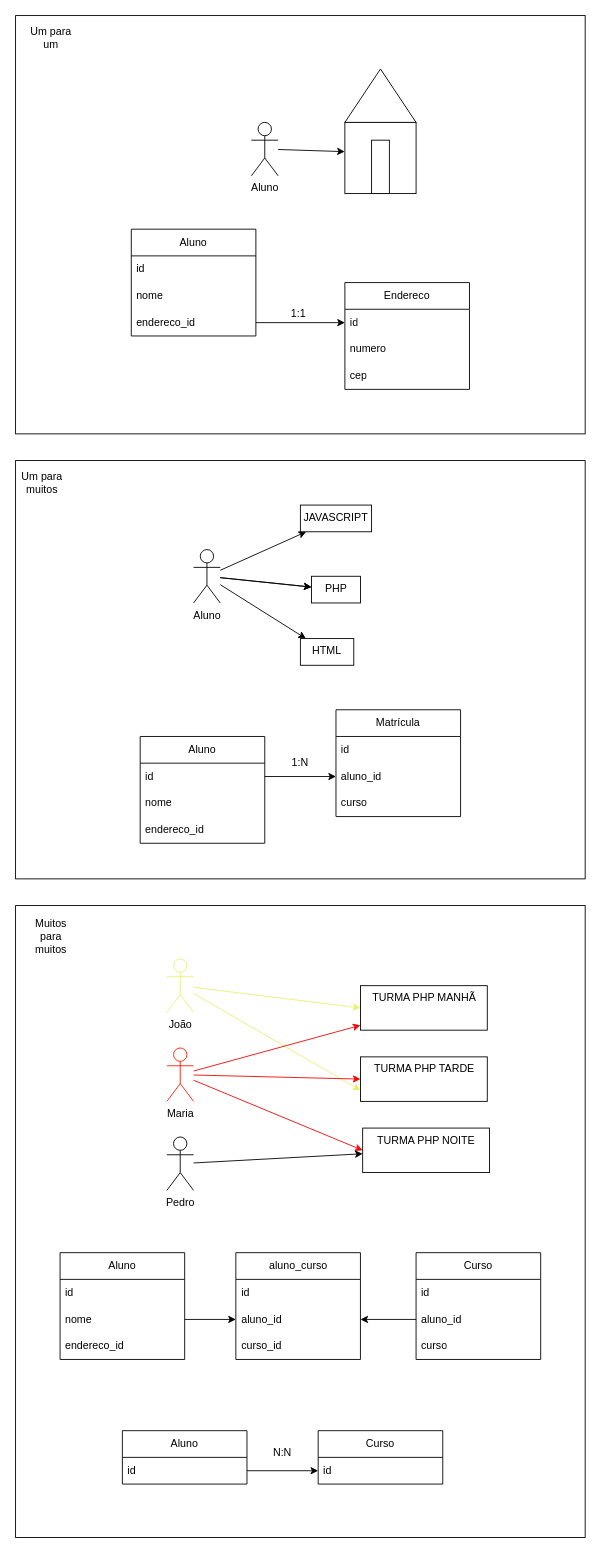
Above: capitulo_05/aula_50/relacionamentos.drawio in josemariofr/curso_web_dev (draw.io), before the change. Source tidied: cells renumbered, new cells numbered last; positions are measured from the earlier drawing's top-left corner, leaving out a move shared by most shapes. Both pictures are drawn from the tidied source at 89%, with x=0, y=0 at pixel (15, 15).
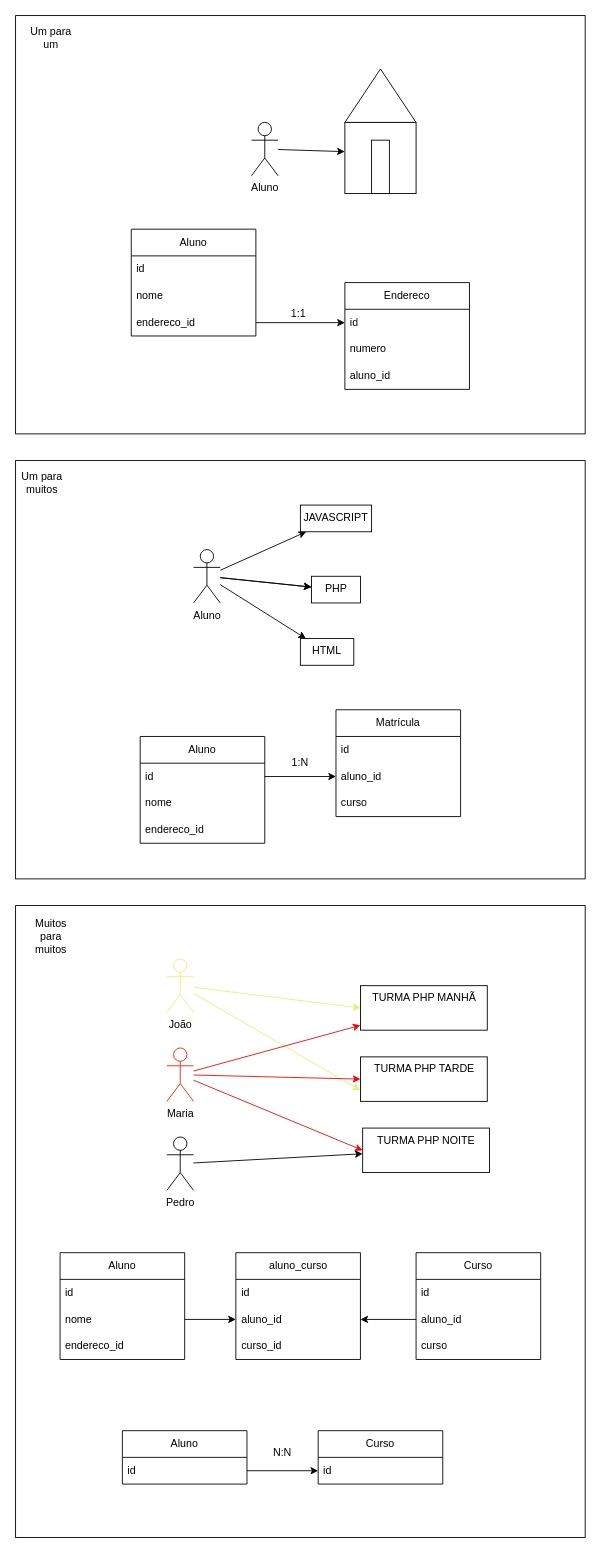
Above is the later version.

Unchanged cells that the change refers to:
```xml
<mxCell id="9" value="Endereco" style="swimlane;fontStyle=0;horizontal=1;startSize=30;whiteSpace=wrap;html=1;" parent="1" vertex="1">
  <mxGeometry x="370" y="300" width="140" height="120" as="geometry" />
</mxCell>
```

Diff of the diagram source:
```diff
@@
-    <mxCell id="12" value="cep" style="text;strokeColor=none;fillColor=none;align=left;verticalAlign=middle;spacingLeft=4;spacingRight=4;overflow=hidden;whiteSpace=wrap;html=1;" parent="9" vertex="1">
+    <mxCell id="12" value="aluno_id" style="text;strokeColor=none;fillColor=none;align=left;verticalAlign=middle;spacingLeft=4;spacingRight=4;overflow=hidden;whiteSpace=wrap;html=1;" parent="9" vertex="1">
       <mxGeometry y="90" width="140" height="30" as="geometry" />
     </mxCell>
```
